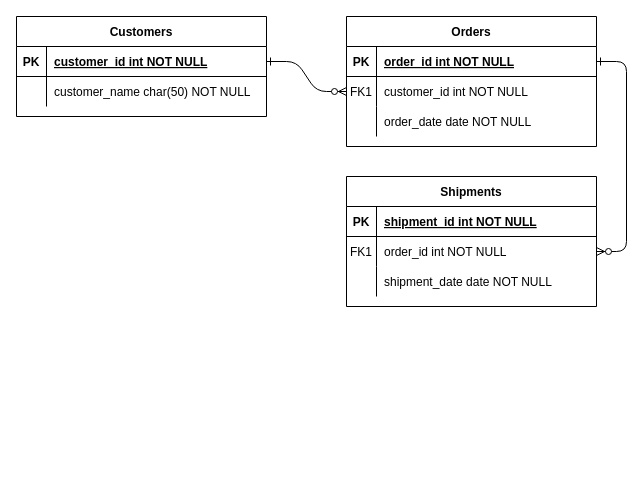
This is Diagrama ER.drawio from andreshserna/chiletel, a draw.io file, before an edit. Source tidied: cells renumbered, new cells numbered last; positions are measured from the earlier drawing's top-left corner, leaving out a move shared by most shapes. Both pictures are drawn from the tidied source at 100%, with x=0, y=0 at pixel (16, 16).
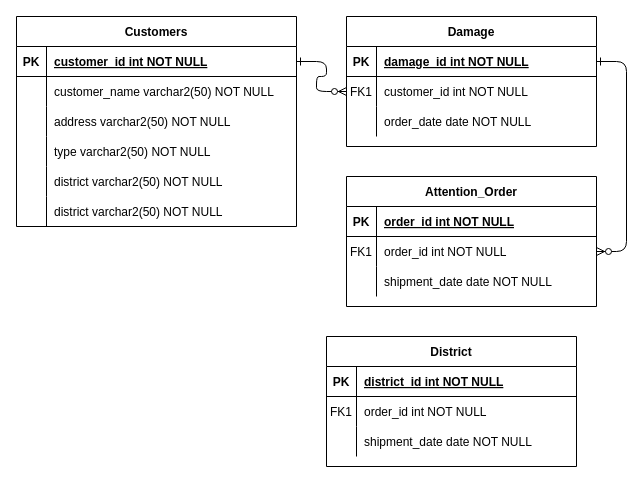
The same page after the edit.

Unchanged cells that the change refers to:
```xml
<mxCell id="5" style="shape=partialRectangle;fillColor=none;points=[[0,0.5],[1,0.5]];portConstraint=eastwest;top=0;left=0;right=0;bottom=1;" parent="4" vertex="1">
  <mxGeometry y="30" width="250" height="30" as="geometry" />
</mxCell>
<mxCell id="15" style="shape=partialRectangle;fillColor=none;top=0;left=0;right=0;bottom=1;" parent="14" vertex="1">
  <mxGeometry y="30" width="250" height="30" as="geometry" />
</mxCell>
```

What changed in the source:
```diff
@@
-    <mxCell id="4" value="Orders" style="shape=table;startSize=30;childLayout=tableLayout;rowLines=0;fontStyle=1;align=center;" parent="1" vertex="1">
+    <mxCell id="4" value="Damage" style="shape=table;startSize=30;childLayout=tableLayout;rowLines=0;fontStyle=1;align=center;" parent="1" vertex="1">
       <mxGeometry x="330" width="250" height="130" as="geometry" />
     </mxCell>
@@
-    <mxCell id="7" value="order_id int NOT NULL " style="shape=partialRectangle;overflow=hidden;fillColor=none;top=0;left=0;bottom=0;right=0;align=left;spacingLeft=6;fontStyle=5;" parent="5" vertex="1">
+    <mxCell id="7" value="damage_id int NOT NULL " style="shape=partialRectangle;overflow=hidden;fillColor=none;top=0;left=0;bottom=0;right=0;align=left;spacingLeft=6;fontStyle=5;" parent="5" vertex="1">
       <mxGeometry x="30" width="220" height="30" as="geometry" />
     </mxCell>
@@
-    <mxCell id="14" value="Shipments" style="shape=table;startSize=30;childLayout=tableLayout;rowLines=0;fontStyle=1;align=center;" parent="1" vertex="1">
+    <mxCell id="14" value="Attention_Order" style="shape=table;startSize=30;childLayout=tableLayout;rowLines=0;fontStyle=1;align=center;" parent="1" vertex="1">
       <mxGeometry x="330" y="160" width="250" height="130" as="geometry" />
     </mxCell>
@@
-    <mxCell id="17" value="shipment_id int NOT NULL " style="shape=partialRectangle;overflow=hidden;fillColor=none;top=0;left=0;bottom=0;right=0;align=left;spacingLeft=6;fontStyle=5;" parent="15" vertex="1">
+    <mxCell id="17" value="order_id int NOT NULL " style="shape=partialRectangle;overflow=hidden;fillColor=none;top=0;left=0;bottom=0;right=0;align=left;spacingLeft=6;fontStyle=5;" parent="15" vertex="1">
       <mxGeometry x="30" width="220" height="30" as="geometry" />
     </mxCell>
@@
     <mxCell id="24" value="Customers" style="shape=table;startSize=30;childLayout=tableLayout;rowLines=0;fontStyle=1;align=center;" parent="1" vertex="1">
-      <mxGeometry width="250" height="100" as="geometry" />
+      <mxGeometry width="280" height="210" as="geometry" />
     </mxCell>
     <mxCell id="25" style="shape=partialRectangle;fillColor=none;points=[[0,0.5],[1,0.5]];portConstraint=eastwest;top=0;left=0;right=0;bottom=1;" parent="24" vertex="1">
-      <mxGeometry y="30" width="250" height="30" as="geometry" />
+      <mxGeometry y="30" width="280" height="30" as="geometry" />
     </mxCell>
@@
     <mxCell id="27" value="customer_id int NOT NULL " style="shape=partialRectangle;overflow=hidden;fillColor=none;top=0;left=0;bottom=0;right=0;align=left;spacingLeft=6;fontStyle=5;" parent="25" vertex="1">
-      <mxGeometry x="30" width="220" height="30" as="geometry" />
+      <mxGeometry x="30" width="250" height="30" as="geometry" />
     </mxCell>
     <mxCell id="28" style="shape=partialRectangle;fillColor=none;top=0;left=0;right=0;bottom=0;" parent="24" vertex="1">
-      <mxGeometry y="60" width="250" height="30" as="geometry" />
+      <mxGeometry y="60" width="280" height="30" as="geometry" />
     </mxCell>
@@
-    <mxCell id="30" value="customer_name char(50) NOT NULL" style="shape=partialRectangle;overflow=hidden;fillColor=none;top=0;left=0;bottom=0;right=0;align=left;spacingLeft=6;" parent="28" vertex="1">
-      <mxGeometry x="30" width="220" height="30" as="geometry" />
+    <mxCell id="30" value="customer_name varchar2(50) NOT NULL" style="shape=partialRectangle;overflow=hidden;fillColor=none;top=0;left=0;bottom=0;right=0;align=left;spacingLeft=6;" parent="28" vertex="1">
+      <mxGeometry x="30" width="250" height="30" as="geometry" />
     </mxCell>
+    <mxCell id="31" style="shape=partialRectangle;fillColor=none;top=0;left=0;right=0;bottom=0;" parent="24" vertex="1">
+      <mxGeometry y="90" width="280" height="30" as="geometry" />
+    </mxCell>
+    <mxCell id="32" style="shape=partialRectangle;overflow=hidden;fillColor=none;top=0;left=0;bottom=0;right=0;" parent="31" vertex="1">
+      <mxGeometry width="30" height="30" as="geometry" />
+    </mxCell>
+    <mxCell id="33" value="address varchar2(50) NOT NULL" style="shape=partialRectangle;overflow=hidden;fillColor=none;top=0;left=0;bottom=0;right=0;align=left;spacingLeft=6;" parent="31" vertex="1">
+      <mxGeometry x="30" width="250" height="30" as="geometry" />
+    </mxCell>
+    <mxCell id="34" style="shape=partialRectangle;fillColor=none;top=0;left=0;right=0;bottom=0;" parent="24" vertex="1">
+      <mxGeometry y="120" width="280" height="30" as="geometry" />
+    </mxCell>
+    <mxCell id="35" style="shape=partialRectangle;overflow=hidden;fillColor=none;top=0;left=0;bottom=0;right=0;" parent="34" vertex="1">
+      <mxGeometry width="30" height="30" as="geometry" />
+    </mxCell>
+    <mxCell id="36" value="type varchar2(50) NOT NULL" style="shape=partialRectangle;overflow=hidden;fillColor=none;top=0;left=0;bottom=0;right=0;align=left;spacingLeft=6;" parent="34" vertex="1">
+      <mxGeometry x="30" width="250" height="30" as="geometry" />
+    </mxCell>
+    <mxCell id="37" style="shape=partialRectangle;fillColor=none;top=0;left=0;right=0;bottom=0;" parent="24" vertex="1">
+      <mxGeometry y="150" width="280" height="30" as="geometry" />
+    </mxCell>
+    <mxCell id="38" style="shape=partialRectangle;overflow=hidden;fillColor=none;top=0;left=0;bottom=0;right=0;" parent="37" vertex="1">
+      <mxGeometry width="30" height="30" as="geometry" />
+    </mxCell>
+    <mxCell id="39" value="district varchar2(50) NOT NULL" style="shape=partialRectangle;overflow=hidden;fillColor=none;top=0;left=0;bottom=0;right=0;align=left;spacingLeft=6;" parent="37" vertex="1">
+      <mxGeometry x="30" width="250" height="30" as="geometry" />
+    </mxCell>
+    <mxCell id="40" style="shape=partialRectangle;fillColor=none;top=0;left=0;right=0;bottom=0;" parent="24" vertex="1">
+      <mxGeometry y="180" width="280" height="30" as="geometry" />
+    </mxCell>
+    <mxCell id="41" style="shape=partialRectangle;overflow=hidden;fillColor=none;top=0;left=0;bottom=0;right=0;" parent="40" vertex="1">
+      <mxGeometry width="30" height="30" as="geometry" />
+    </mxCell>
+    <mxCell id="42" value="district varchar2(50) NOT NULL" style="shape=partialRectangle;overflow=hidden;fillColor=none;top=0;left=0;bottom=0;right=0;align=left;spacingLeft=6;" parent="40" vertex="1">
+      <mxGeometry x="30" width="250" height="30" as="geometry" />
+    </mxCell>
+    <mxCell id="43" value="District" style="shape=table;startSize=30;childLayout=tableLayout;rowLines=0;fontStyle=1;align=center;" parent="1" vertex="1">
+      <mxGeometry x="310" y="320" width="250" height="130" as="geometry" />
+    </mxCell>
+    <mxCell id="44" style="shape=partialRectangle;fillColor=none;top=0;left=0;right=0;bottom=1;" parent="43" vertex="1">
+      <mxGeometry y="30" width="250" height="30" as="geometry" />
+    </mxCell>
+    <mxCell id="45" value="PK" style="shape=partialRectangle;overflow=hidden;fillColor=none;top=0;left=0;bottom=0;right=0;fontStyle=1;" parent="44" vertex="1">
+      <mxGeometry width="30" height="30" as="geometry" />
+    </mxCell>
+    <mxCell id="46" value="district_id int NOT NULL " style="shape=partialRectangle;overflow=hidden;fillColor=none;top=0;left=0;bottom=0;right=0;align=left;spacingLeft=6;fontStyle=5;" parent="44" vertex="1">
+      <mxGeometry x="30" width="220" height="30" as="geometry" />
+    </mxCell>
+    <mxCell id="47" style="shape=partialRectangle;fillColor=none;top=0;left=0;right=0;bottom=0;" parent="43" vertex="1">
+      <mxGeometry y="60" width="250" height="30" as="geometry" />
+    </mxCell>
+    <mxCell id="48" value="FK1" style="shape=partialRectangle;overflow=hidden;fillColor=none;top=0;left=0;bottom=0;right=0;" parent="47" vertex="1">
+      <mxGeometry width="30" height="30" as="geometry" />
+    </mxCell>
+    <mxCell id="49" value="order_id int NOT NULL" style="shape=partialRectangle;overflow=hidden;fillColor=none;top=0;left=0;bottom=0;right=0;align=left;spacingLeft=6;" parent="47" vertex="1">
+      <mxGeometry x="30" width="220" height="30" as="geometry" />
+    </mxCell>
+    <mxCell id="50" style="shape=partialRectangle;fillColor=none;top=0;left=0;right=0;bottom=0;" parent="43" vertex="1">
+      <mxGeometry y="90" width="250" height="30" as="geometry" />
+    </mxCell>
+    <mxCell id="51" style="shape=partialRectangle;overflow=hidden;fillColor=none;top=0;left=0;bottom=0;right=0;" parent="50" vertex="1">
+      <mxGeometry width="30" height="30" as="geometry" />
+    </mxCell>
+    <mxCell id="52" value="shipment_date date NOT NULL" style="shape=partialRectangle;overflow=hidden;fillColor=none;top=0;left=0;bottom=0;right=0;align=left;spacingLeft=6;" parent="50" vertex="1">
+      <mxGeometry x="30" width="220" height="30" as="geometry" />
+    </mxCell>
```
